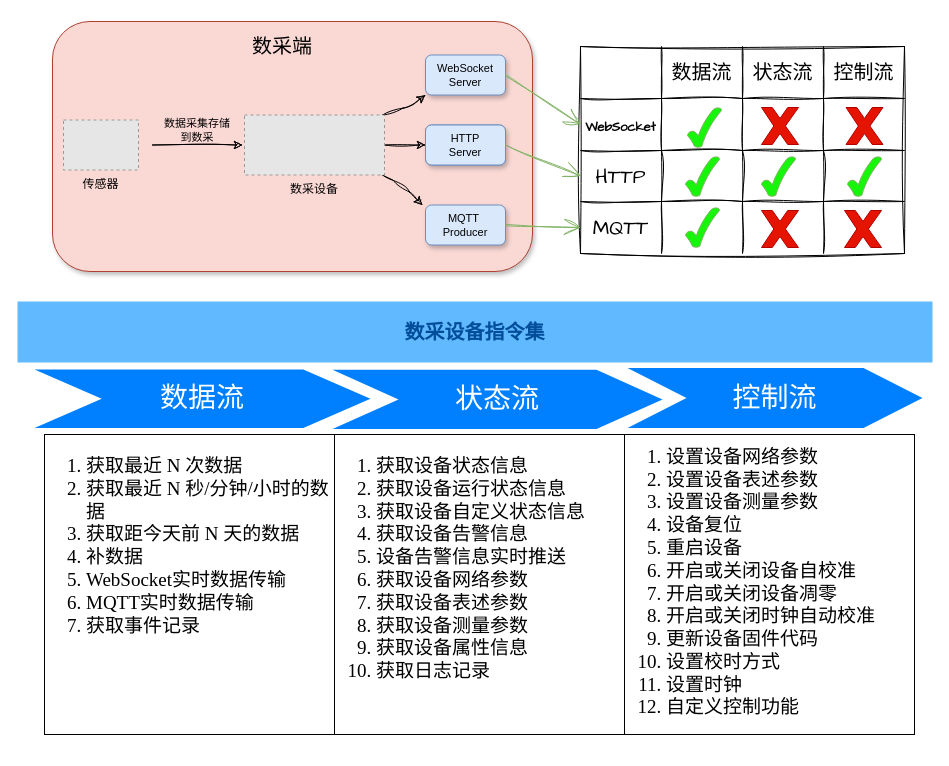
The draw.io diagram page "第 2 页" (2 of 2) of drawio/dataFlow.drawio in raingnight/Blog_Pic, before the edit. Source tidied: cells renumbered, new cells numbered last; positions are measured from the earlier drawing's top-left corner, leaving out a move shared by most shapes. Both pictures are drawn from the tidied source at 100%, with x=0, y=0 at pixel (17, 21). Pictures stored in the file or linked from it are replaced by grey dashed boxes.
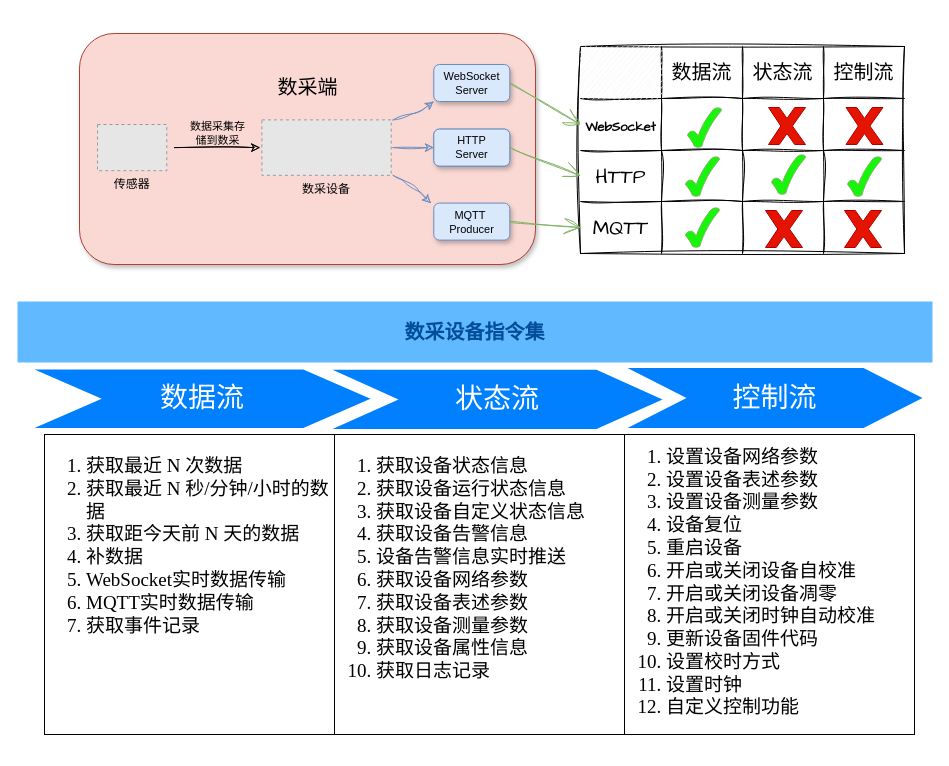
The same page after the edit.

Unchanged cells that the change refers to:
```xml
<mxCell id="22" style="shape=tableRow;horizontal=0;startSize=0;swimlaneHead=0;swimlaneBody=0;strokeColor=inherit;top=0;left=0;bottom=0;right=0;fillColor=none;sketch=1;hachureGap=4;jiggle=2;curveFitting=1;fontFamily=Architects Daughter;fontSize=20;" parent="21" vertex="1">
  <mxGeometry width="324" height="52" as="geometry" />
</mxCell>
```

What changed in the source:
```diff
@@
-    <mxCell id="2" style="group;rounded=1;sketch=1;curveFitting=1;jiggle=2;" parent="1" vertex="1">
-      <mxGeometry x="35" width="480" height="250" as="geometry" />
+    <mxCell id="2" style="group;rounded=1;sketch=1;curveFitting=1;jiggle=2;labelBorderColor=none;" parent="1" vertex="1">
+      <mxGeometry x="62" y="12" width="456" height="231" as="geometry" />
     </mxCell>
     <mxCell id="3" style="rounded=1;whiteSpace=wrap;html=1;fontSize=11;glass=0;shadow=1;fillColor=#fad9d5;strokeColor=#ae4132;labelBackgroundColor=#fad9d5;" parent="2" vertex="1">
-      <mxGeometry width="480" height="250" as="geometry" />
+      <mxGeometry width="456" height="231" as="geometry" />
     </mxCell>
-    <mxCell id="4" style="edgeStyle=none;rounded=1;orthogonalLoop=1;jettySize=auto;html=1;exitX=1;exitY=1;exitDx=0;exitDy=0;fontSize=11;fontColor=default;endArrow=classic;sourcePerimeterSpacing=8;targetPerimeterSpacing=8;sketch=1;curveFitting=1;jiggle=2;" parent="2" edge="1">
+    <mxCell id="4" style="edgeStyle=none;rounded=1;orthogonalLoop=1;jettySize=auto;html=1;exitX=1;exitY=1;exitDx=0;exitDy=0;fontSize=11;fontColor=default;endArrow=classic;sourcePerimeterSpacing=8;targetPerimeterSpacing=8;sketch=1;curveFitting=1;jiggle=2;fillColor=#dae8fc;strokeColor=#6c8ebf;" parent="2" edge="1">
       <mxGeometry relative="1" as="geometry">
-        <mxPoint x="330" y="153.5" as="sourcePoint" />
-        <mxPoint x="370" y="183.5" as="targetPoint" />
+        <mxPoint x="313.5" y="141.8" as="sourcePoint" />
+        <mxPoint x="351.5" y="169.6" as="targetPoint" />
         <Array as="points">
-          <mxPoint x="350" y="163.5" />
+          <mxPoint x="332.5" y="151.1" />
         </Array>
       </mxGeometry>
     </mxCell>
     <mxCell id="5" style="group;rounded=1;shadow=1;fillColor=#dae8fc;strokeColor=#6c8ebf;glass=0;" parent="2" vertex="1">
-      <mxGeometry x="373" y="103.5" width="80" height="40" as="geometry" />
+      <mxGeometry x="354.3" y="95.6" width="76" height="37" as="geometry" />
     </mxCell>
     <mxCell id="6" style="whiteSpace=wrap;html=1;verticalAlign=top;labelBackgroundColor=default;fontSize=11;fillColor=#dae8fc;strokeColor=#6c8ebf;rounded=1;shadow=0;" parent="5" vertex="1">
-      <mxGeometry width="80" height="40" as="geometry" />
+      <mxGeometry width="76" height="37" as="geometry" />
     </mxCell>
     <mxCell id="7" value="HTTP&lt;br&gt;Server" style="text;strokeColor=none;fillColor=none;html=1;align=center;verticalAlign=middle;whiteSpace=wrap;rounded=1;fontSize=11;" parent="5" vertex="1">
-      <mxGeometry x="25" y="15" width="30" height="10" as="geometry" />
+      <mxGeometry x="23.7" y="13.9" width="28.5" height="9.2" as="geometry" />
     </mxCell>
-    <mxCell id="8" style="edgeStyle=none;rounded=1;jettySize=auto;html=1;exitX=1;exitY=0.5;exitDx=0;exitDy=0;entryX=0;entryY=0.5;entryDx=0;entryDy=0;fontSize=11;fontColor=default;endArrow=classic;sourcePerimeterSpacing=8;targetPerimeterSpacing=8;sketch=1;curveFitting=1;jiggle=2;" parent="2" edge="1" target="6">
+    <mxCell id="8" style="edgeStyle=none;rounded=1;jettySize=auto;html=1;exitX=1;exitY=0.5;exitDx=0;exitDy=0;entryX=0;entryY=0.5;entryDx=0;entryDy=0;fontSize=11;fontColor=default;endArrow=classic;sourcePerimeterSpacing=8;targetPerimeterSpacing=8;sketch=1;curveFitting=1;jiggle=2;fillColor=#dae8fc;strokeColor=#6c8ebf;" parent="2" edge="1" target="6">
       <mxGeometry relative="1" as="geometry">
-        <mxPoint x="330" y="123.5" as="sourcePoint" />
+        <mxPoint x="313.5" y="114.1" as="sourcePoint" />
       </mxGeometry>
     </mxCell>
     <mxCell id="9" style="group;sketch=1;curveFitting=1;jiggle=2;shadow=1;rounded=1;glass=0;" parent="2" vertex="1">
-      <mxGeometry x="373" y="33.5" width="80" height="40" as="geometry" />
+      <mxGeometry x="354.3" y="31" width="76" height="37" as="geometry" />
     </mxCell>
     <mxCell id="10" style="whiteSpace=wrap;html=1;verticalAlign=top;labelBackgroundColor=default;fontSize=11;fillColor=#dae8fc;strokeColor=#6c8ebf;rounded=1;shadow=1;" parent="9" vertex="1">
-      <mxGeometry width="80" height="40" as="geometry" />
+      <mxGeometry width="76" height="37" as="geometry" />
     </mxCell>
     <mxCell id="11" value="WebSocket&lt;br&gt;Server" style="text;strokeColor=none;fillColor=none;html=1;align=center;verticalAlign=middle;whiteSpace=wrap;rounded=1;fontSize=11;" parent="9" vertex="1">
-      <mxGeometry x="25" y="20" width="30" as="geometry" />
+      <mxGeometry x="23.7" y="18.5" width="28.5" as="geometry" />
     </mxCell>
-    <mxCell id="12" style="edgeStyle=none;rounded=1;jettySize=auto;html=1;exitX=1;exitY=0;exitDx=0;exitDy=0;entryX=0;entryY=1;entryDx=0;entryDy=0;fontSize=11;fontColor=default;endArrow=classic;sourcePerimeterSpacing=8;targetPerimeterSpacing=8;sketch=1;curveFitting=1;jiggle=2;" parent="2" edge="1" target="10">
+    <mxCell id="12" style="edgeStyle=none;rounded=1;jettySize=auto;html=1;exitX=1;exitY=0;exitDx=0;exitDy=0;entryX=0;entryY=1;entryDx=0;entryDy=0;fontSize=11;fontColor=default;endArrow=classic;sourcePerimeterSpacing=8;targetPerimeterSpacing=8;sketch=1;curveFitting=1;jiggle=2;fillColor=#dae8fc;strokeColor=#6c8ebf;" parent="2" edge="1" target="10">
       <mxGeometry relative="1" as="geometry">
-        <mxPoint x="330" y="93.5" as="sourcePoint" />
+        <mxPoint x="313.5" y="86.4" as="sourcePoint" />
         <Array as="points">
-          <mxPoint x="360" y="83.5" />
+          <mxPoint x="342" y="77.2" />
         </Array>
       </mxGeometry>
     </mxCell>
     <mxCell id="13" style="group;sketch=1;curveFitting=1;jiggle=2;shadow=1;rounded=1;glass=0;" parent="2" vertex="1">
-      <mxGeometry x="373" y="183.5" width="80" height="40" as="geometry" />
+      <mxGeometry x="354.3" y="169.6" width="76" height="37" as="geometry" />
     </mxCell>
     <mxCell id="14" style="whiteSpace=wrap;html=1;verticalAlign=top;labelBackgroundColor=default;fontSize=12;fillColor=#dae8fc;strokeColor=#6c8ebf;rounded=1;shadow=1;glass=0;" parent="13" vertex="1">
-      <mxGeometry width="80" height="40" as="geometry" />
+      <mxGeometry width="76" height="37" as="geometry" />
     </mxCell>
     <mxCell id="15" value="MQTT&amp;nbsp;&lt;br&gt;Producer" style="text;strokeColor=none;fillColor=none;html=1;align=center;verticalAlign=middle;whiteSpace=wrap;rounded=1;fontSize=11;" parent="13" vertex="1">
-      <mxGeometry x="25" y="20" width="30" as="geometry" />
+      <mxGeometry x="23.7" y="18.5" width="28.5" as="geometry" />
     </mxCell>
     <mxCell id="16" style="edgeStyle=orthogonalEdgeStyle;rounded=1;sketch=1;orthogonalLoop=1;jettySize=auto;html=1;exitX=0.5;exitY=0;exitDx=0;exitDy=0;entryX=0;entryY=0.5;entryDx=0;entryDy=0;curved=1;" parent="2" edge="1">
       <mxGeometry relative="1" as="geometry">
-        <mxPoint x="100" y="123.5" as="sourcePoint" />
-        <mxPoint x="190" y="123.5" as="targetPoint" />
+        <mxPoint x="95" y="114.1" as="sourcePoint" />
+        <mxPoint x="180.5" y="114.1" as="targetPoint" />
         <Array as="points">
-          <mxPoint x="140" y="123.5" />
-          <mxPoint x="140" y="123.5" />
+          <mxPoint x="133" y="114.1" />
+          <mxPoint x="133" y="114.1" />
         </Array>
       </mxGeometry>
     </mxCell>
     <mxCell id="17" value="数据采集存储到数采" style="text;strokeColor=none;fillColor=none;html=1;align=center;verticalAlign=middle;whiteSpace=wrap;rounded=1;fontSize=11;" parent="2" vertex="1">
-      <mxGeometry x="110" y="93.5" width="70" height="30" as="geometry" />
+      <mxGeometry x="104.5" y="86.4" width="66.5" height="27.7" as="geometry" />
     </mxCell>
     <mxCell id="18" value="数采端" style="text;strokeColor=none;fillColor=none;html=1;align=center;verticalAlign=middle;whiteSpace=wrap;rounded=0;fontSize=20;fontFamily=Architects Daughter;" parent="2" vertex="1">
-      <mxGeometry x="180" y="10" width="100" height="30" as="geometry" />
+      <mxGeometry x="180.5" y="40.2" width="95" height="27.7" as="geometry" />
     </mxCell>
     <mxCell id="19" value="数采设备" style="fillColor=#E6E6E6;strokeColor=#999999;dashed=1;verticalLabelPosition=bottom;labelBackgroundColor=#fad9d5;verticalAlign=top;" parent="2" vertex="1">
-      <mxGeometry x="192" y="93.5" width="140" height="60" as="geometry" />
+      <mxGeometry x="182.4" y="86.4" width="129.3" height="55.4" as="geometry" />
     </mxCell>
     <mxCell id="20" value="传感器" style="fillColor=#E6E6E6;strokeColor=#999999;dashed=1;verticalLabelPosition=bottom;labelBackgroundColor=#fad9d5;verticalAlign=top;" parent="2" vertex="1">
-      <mxGeometry x="11" y="98.5" width="75" height="50" as="geometry" />
+      <mxGeometry x="18" y="91" width="69.3" height="46.2" as="geometry" />
     </mxCell>
-    <mxCell id="21" style="shape=table;startSize=0;childLayout=tableLayout;sketch=1;hachureGap=4;jiggle=2;curveFitting=1;fontFamily=Architects Daughter;fontSize=20;" parent="1" vertex="1">
+    <mxCell id="21" style="shape=table;startSize=0;childLayout=tableLayout;hachureGap=4;fontFamily=Architects Daughter;fontSize=20;direction=south;sketch=1;curveFitting=1;jiggle=2;swimlaneLine=0;shadow=0;rounded=1;" parent="1" vertex="1">
       <mxGeometry x="563" y="25" width="324" height="207" as="geometry" />
     </mxCell>
@@
-    <mxCell id="23" style="shape=partialRectangle;html=1;whiteSpace=wrap;strokeColor=inherit;overflow=hidden;fillColor=none;top=0;left=0;bottom=0;right=0;sketch=1;hachureGap=4;jiggle=2;curveFitting=1;fontFamily=Architects Daughter;fontSize=20;" parent="22" vertex="1">
+    <mxCell id="23" style="shape=partialRectangle;html=1;whiteSpace=wrap;strokeColor=#666666;overflow=hidden;fillColor=#f5f5f5;top=0;left=0;bottom=0;right=0;sketch=1;hachureGap=4;jiggle=2;curveFitting=1;fontFamily=Architects Daughter;fontSize=20;labelBackgroundColor=none;fontColor=#333333;gradientColor=none;" parent="22" vertex="1">
       <mxGeometry width="81" height="52" as="geometry" />
     </mxCell>
@@
     <mxCell id="45" style="verticalLabelPosition=bottom;verticalAlign=top;html=1;shape=mxgraph.basic.tick;hachureGap=4;fontFamily=Architects Daughter;fontSize=13;fillColor=#16f50a;strokeColor=#82B366;" parent="1" vertex="1">
-      <mxGeometry x="744" y="135" width="34" height="40" as="geometry" />
+      <mxGeometry x="754" y="133" width="34" height="40" as="geometry" />
     </mxCell>
@@
-    <mxCell id="48" style="verticalLabelPosition=bottom;verticalAlign=top;html=1;shape=mxgraph.basic.x;hachureGap=4;fontFamily=Architects Daughter;fontSize=13;fillColor=#e51400;strokeColor=#B20000;fontColor=#ffffff;" parent="1" vertex="1">
-      <mxGeometry x="744" y="86" width="37" height="37" as="geometry" />
-    </mxCell>
@@
-    <mxCell id="50" style="verticalLabelPosition=bottom;verticalAlign=top;html=1;shape=mxgraph.basic.x;hachureGap=4;fontFamily=Architects Daughter;fontSize=13;fillColor=#e51400;strokeColor=#B20000;fontColor=#ffffff;" parent="1" vertex="1">
-      <mxGeometry x="744" y="189" width="37" height="37" as="geometry" />
-    </mxCell>
@@
+    <mxCell id="61" style="verticalLabelPosition=bottom;verticalAlign=top;html=1;shape=mxgraph.basic.x;hachureGap=4;fontFamily=Architects Daughter;fontSize=13;fillColor=#e51400;strokeColor=#B20000;fontColor=#ffffff;" parent="1" vertex="1">
+      <mxGeometry x="748" y="189" width="37" height="37" as="geometry" />
+    </mxCell>
+    <mxCell id="62" style="verticalLabelPosition=bottom;verticalAlign=top;html=1;shape=mxgraph.basic.x;hachureGap=4;fontFamily=Architects Daughter;fontSize=13;fillColor=#e51400;strokeColor=#B20000;fontColor=#ffffff;" parent="1" vertex="1">
+      <mxGeometry x="751" y="86" width="37" height="37" as="geometry" />
+    </mxCell>
```
